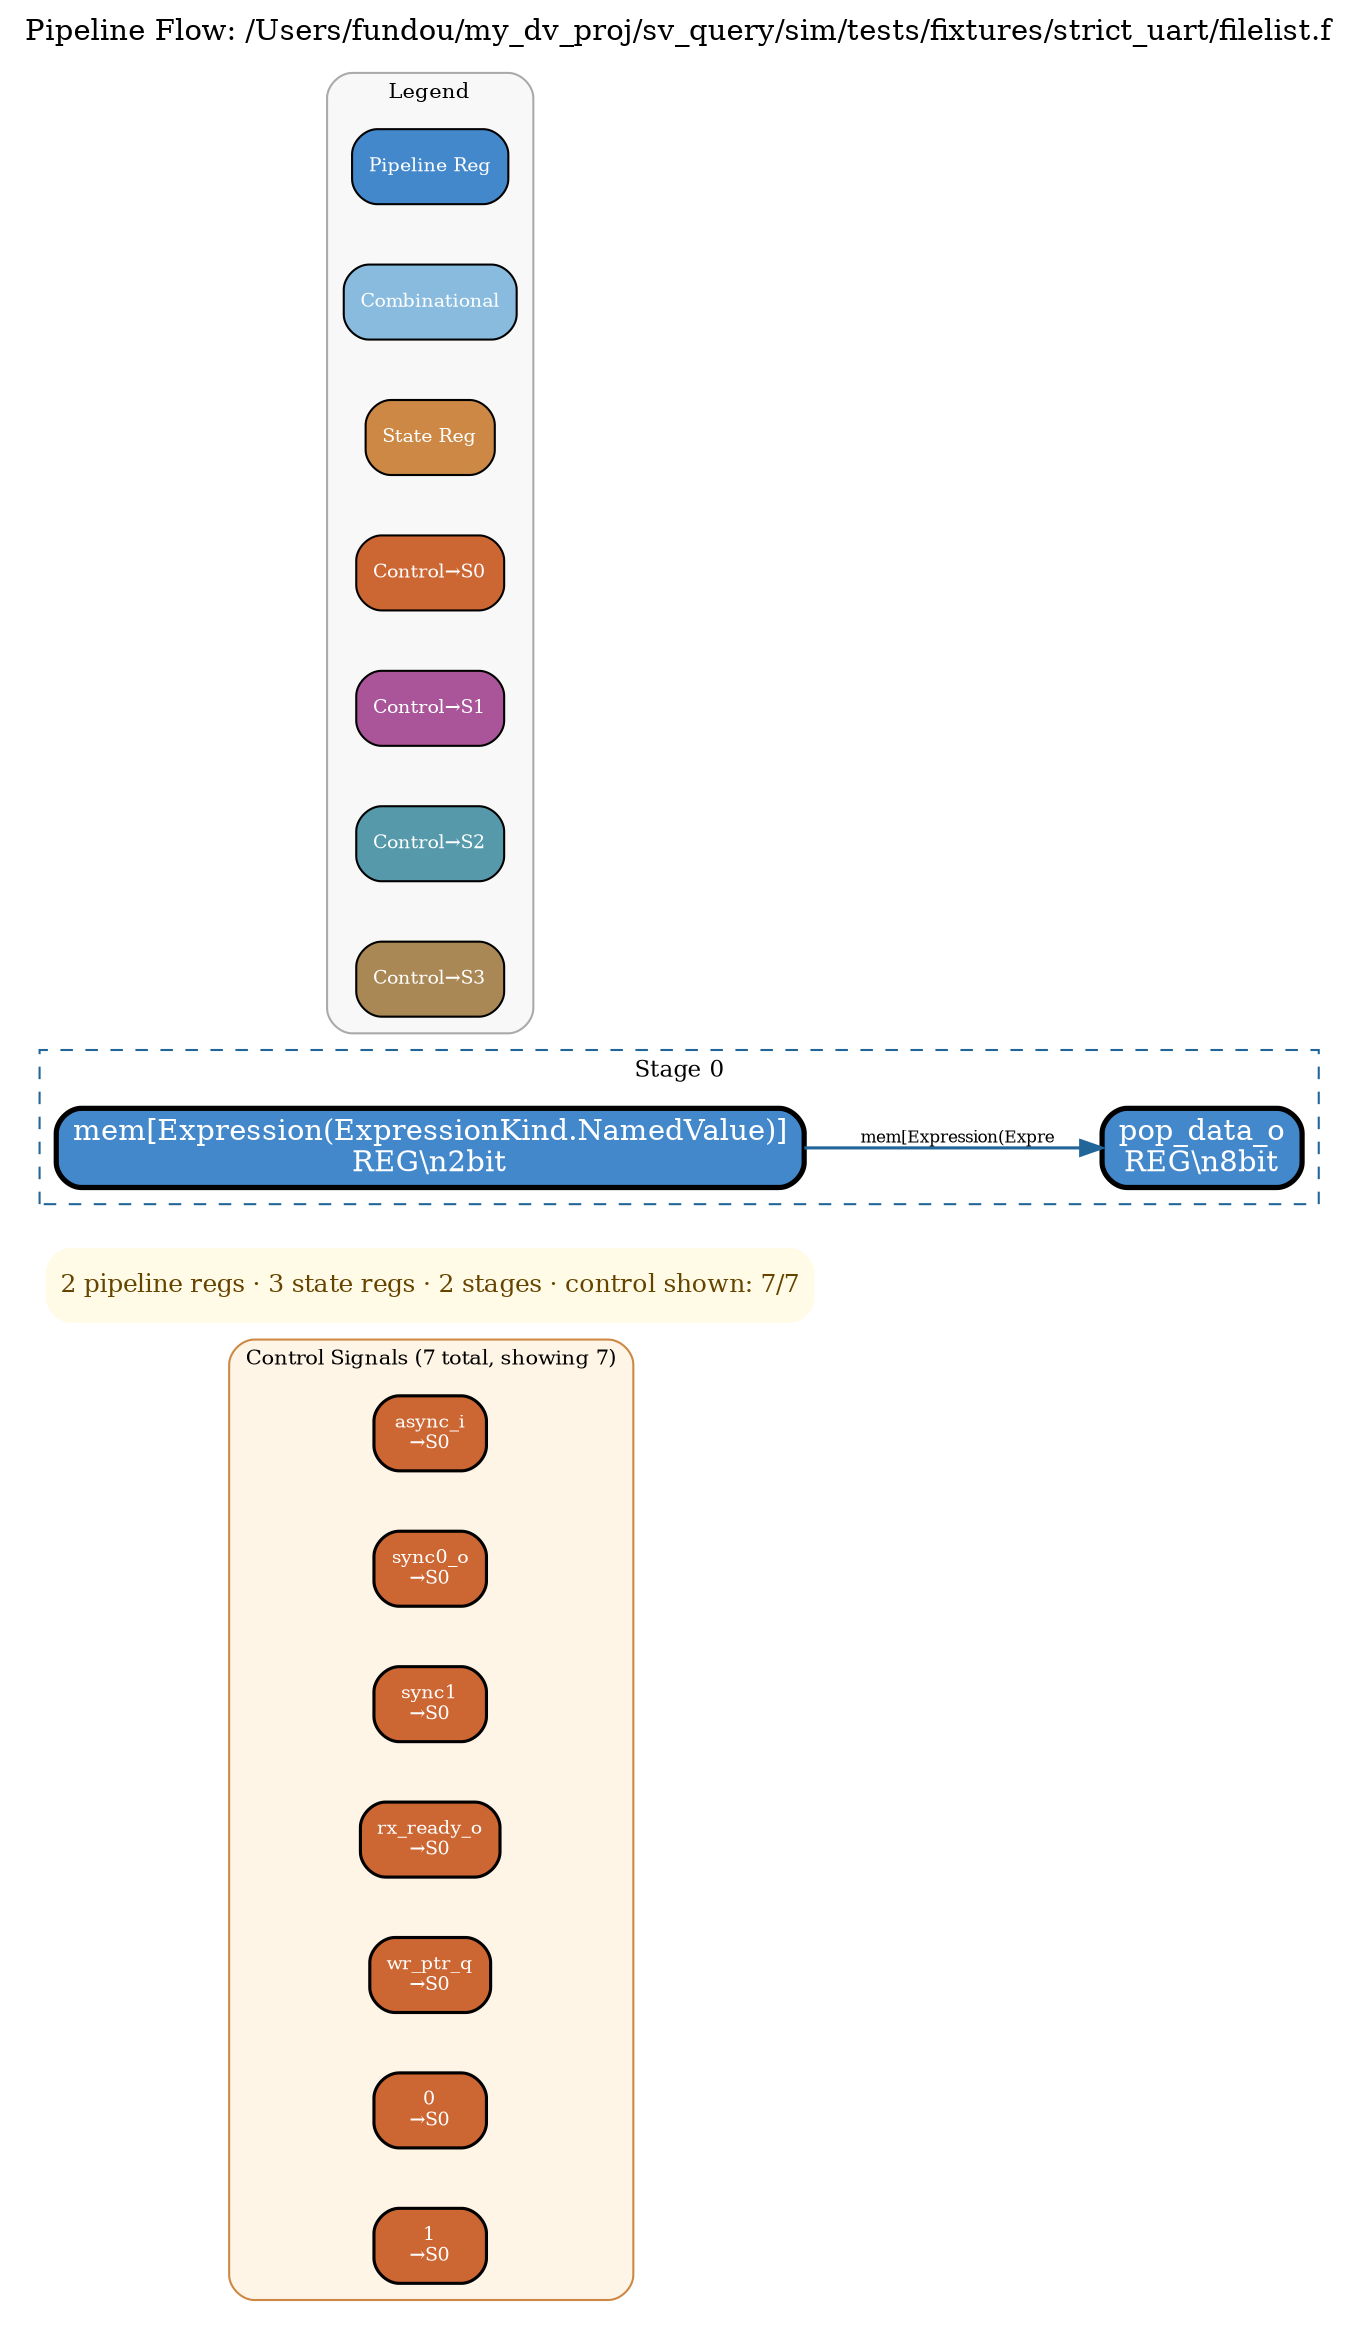
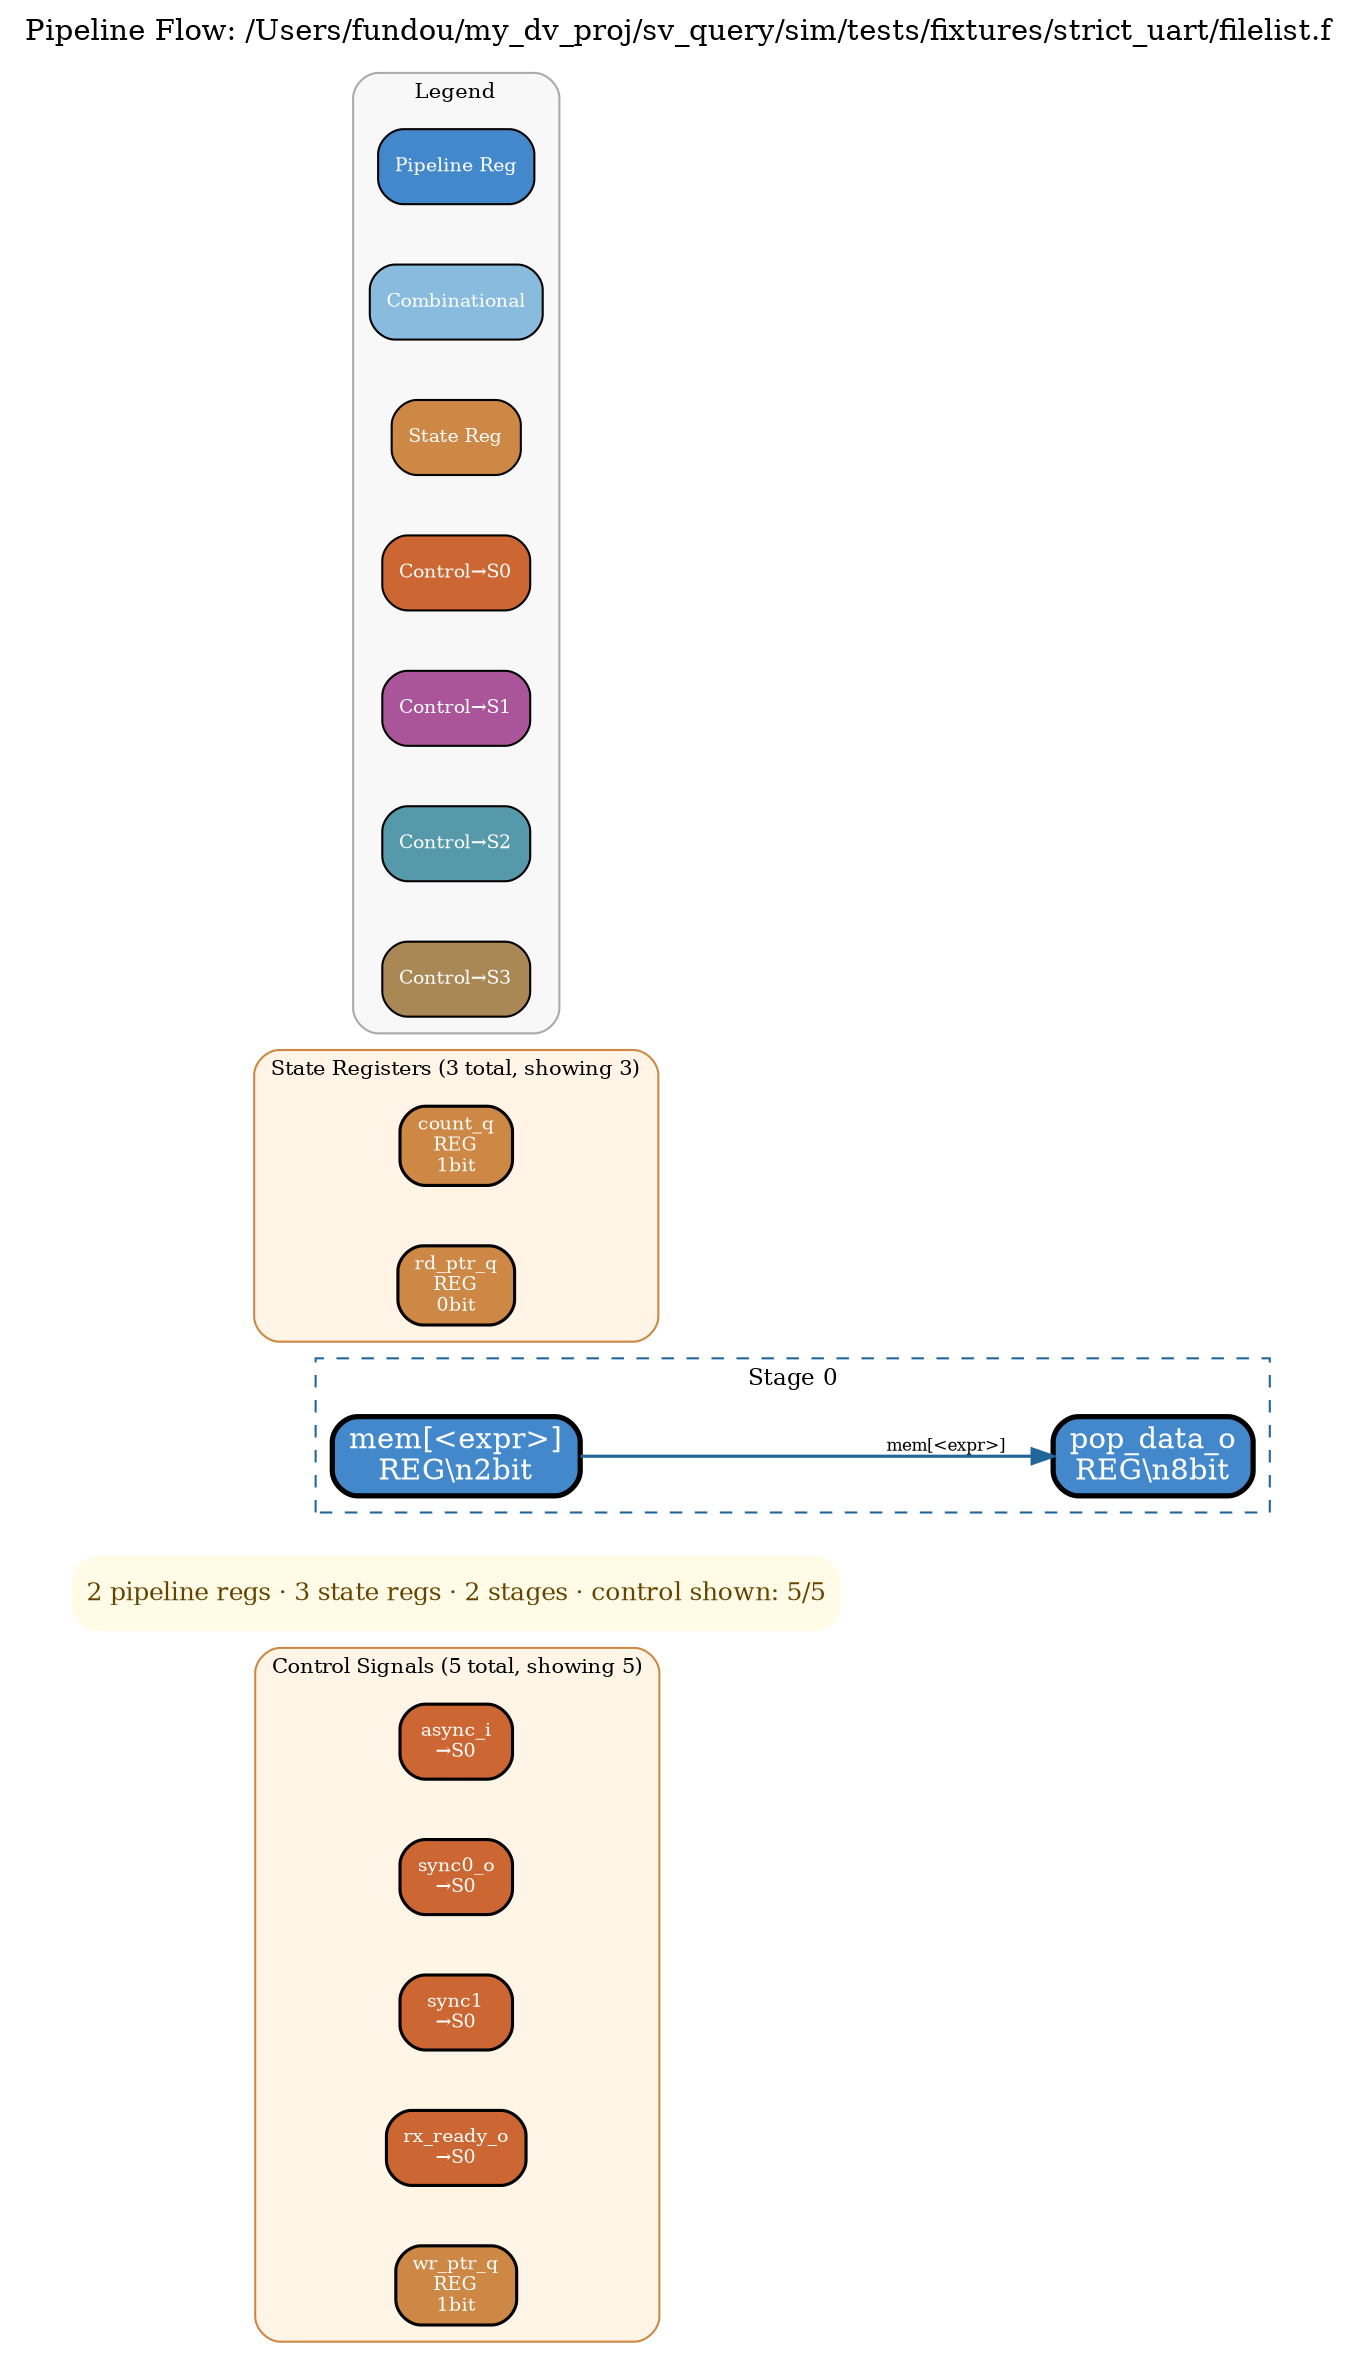
digraph pipeline {
  rankdir=LR;
  ranksep=0.6;
  nodesep=0.4;
  label="Pipeline Flow: /Users/fundou/my_dv_proj/sv_query/sim/tests/fixtures/strict_uart/filelist.f";
  labelloc=t;
  fontsize=14;
  splines=polyline;

  // 2 pipeline regs, 2 control regs
  // 3 state regs, 2 stages

  // === Control signals header row (top, color-coded by target stage) ===
  subgraph cluster_control_header {
-     label="Control Signals (7 total, showing 7)";
+     label="Control Signals (5 total, showing 5)";
    style="rounded,filled";
    fillcolor="#fff5e6";
    color="#cc8844";
    fontsize=10;
    rank=min;
    "synchronizer.async_i" [label="async_i\n→S0" shape=box style="rounded,filled" fillcolor="#cc6633" fontcolor="white" penwidth=1.5 fontsize=9];
    "synchronizer.sync0_o" [label="sync0_o\n→S0" shape=box style="rounded,filled" fillcolor="#cc6633" fontcolor="white" penwidth=1.5 fontsize=9];
    "synchronizer.sync1" [label="sync1\n→S0" shape=box style="rounded,filled" fillcolor="#cc6633" fontcolor="white" penwidth=1.5 fontsize=9];
    "uart_top.rx_ready_o" [label="rx_ready_o\n→S0" shape=box style="rounded,filled" fillcolor="#cc6633" fontcolor="white" penwidth=1.5 fontsize=9];
    "sync_fifo.wr_ptr_q" [label="wr_ptr_q\n→S0" shape=box style="rounded,filled" fillcolor="#cc6633" fontcolor="white" penwidth=1.5 fontsize=9];
-     "0" [label="0\n→S0" shape=box style="rounded,filled" fillcolor="#cc6633" fontcolor="white" penwidth=1.5 fontsize=9];
-     "1" [label="1\n→S0" shape=box style="rounded,filled" fillcolor="#cc6633" fontcolor="white" penwidth=1.5 fontsize=9];
  }

  // === TL;DR ===
-   TLDR [shape=plaintext, label="2 pipeline regs · 3 state regs · 2 stages · control shown: 7/7",
+   TLDR [shape=plaintext, label="2 pipeline regs · 3 state regs · 2 stages · control shown: 5/5",
        fontsize=12, fontcolor="#664400",
        fillcolor="#fffbe6", style="rounded,filled",
        margin=0.1];
  subgraph cluster_stage0 {
    label="Stage 0";
    style=dashed;
    color="#226699";
    fontsize=11;
-     "sync_fifo.mem[Expression(ExpressionKind.NamedValue)]" [label="mem[Expression(ExpressionKind.NamedValue)]\nREG\\n2bit" shape=box style="rounded,filled" fillcolor="#4488cc" fontcolor="white" penwidth=2.5];
+     "sync_fifo.mem[<expr>]" [label="mem[<expr>]\nREG\\n2bit" shape=box style="rounded,filled" fillcolor="#4488cc" fontcolor="white" penwidth=2.5];
    "sync_fifo.pop_data_o" [label="pop_data_o\
8bit" shape=box style="rounded,filled" fillcolor="#88bbdd" fontcolor="white" penwidth=1];
  }

  subgraph cluster_stage1 {
    label="Stage 1";
    style=dashed;
    color="#226699";
    fontsize=11;
    "sync_fifo.pop_data_o" [label="pop_data_o\nREG\\n8bit" shape=box style="rounded,filled" fillcolor="#4488cc" fontcolor="white" penwidth=2.5];
  }

  // === Data edges (stage → stage) ===
-   "sync_fifo.mem[Expression(ExpressionKind.NamedValue)]" -> "sync_fifo.pop_data_o" [color="#226699" penwidth=1.5 label="mem[Expression(Expre" fontsize=8];
+   "sync_fifo.mem[<expr>]" -> "sync_fifo.pop_data_o" [color="#226699" penwidth=1.5 label="mem[<expr>]" fontsize=8];

  // === Control edges (dashed, color-matched to target stage) ===
+ 
+   // === State Registers (FSM/state machine regs) ===
+   subgraph cluster_state_regs {
+     label="State Registers (3 total, showing 3)";
+     style="rounded,filled";
+     fillcolor="#fff4e6";
+     color="#cc8844";
+     fontsize=10;
+     rank=max;
+     "sync_fifo.count_q" [label="count_q\nREG\n1bit" shape=box style="rounded,filled" fillcolor="#cc8844" fontcolor="white" penwidth=1.5 fontsize=9];
+     "sync_fifo.wr_ptr_q" [label="wr_ptr_q\nREG\n1bit" shape=box style="rounded,filled" fillcolor="#cc8844" fontcolor="white" penwidth=1.5 fontsize=9];
+     "sync_fifo.rd_ptr_q" [label="rd_ptr_q\nREG\n0bit" shape=box style="rounded,filled" fillcolor="#cc8844" fontcolor="white" penwidth=1.5 fontsize=9];
+   }

  // === Legend ===
  subgraph cluster_legend {
    label="Legend";
    style="rounded,filled";
    fillcolor="#f8f8f8";
    color="#aaaaaa";
    fontsize=10;
    rank=sink;
    "legend_pipeline_0" [label="Pipeline Reg" shape=box,style="filled,rounded" fillcolor="#4488cc" fontcolor="white" fontsize=9];
    "legend_pipeline_1" [label="Combinational" shape=box,style="filled,rounded" fillcolor="#88bbdd" fontcolor="white" fontsize=9];
    "legend_pipeline_2" [label="State Reg" shape=box,style="filled,rounded" fillcolor="#cc8844" fontcolor="white" fontsize=9];
    "legend_pipeline_3" [label="Control→S0" shape=box,style="filled,rounded" fillcolor="#cc6633" fontcolor="white" fontsize=9];
    "legend_pipeline_4" [label="Control→S1" shape=box,style="filled,rounded" fillcolor="#aa5599" fontcolor="white" fontsize=9];
    "legend_pipeline_5" [label="Control→S2" shape=box,style="filled,rounded" fillcolor="#5599aa" fontcolor="white" fontsize=9];
    "legend_pipeline_6" [label="Control→S3" shape=box,style="filled,rounded" fillcolor="#aa8855" fontcolor="white" fontsize=9];
  }
}